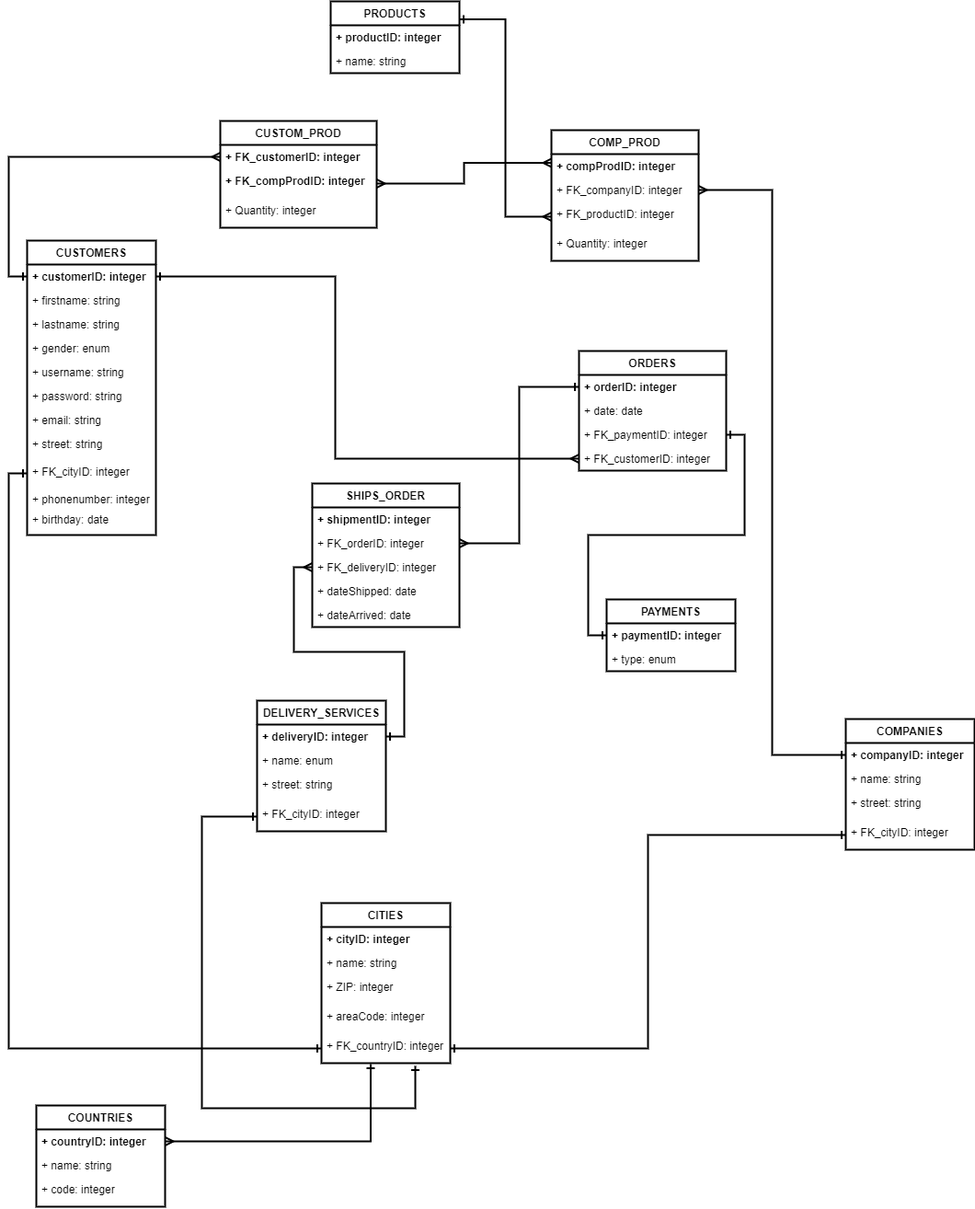
philipm92/FE21-CR09-Philip keeps this draw.io diagram as diagrams/Famazon - UML diagram NORMALIZED.png. Above is the earlier version. Source tidied: cells renumbered, new cells last; positions are measured from the earlier drawing's top-left corner, leaving out a move shared by most shapes.
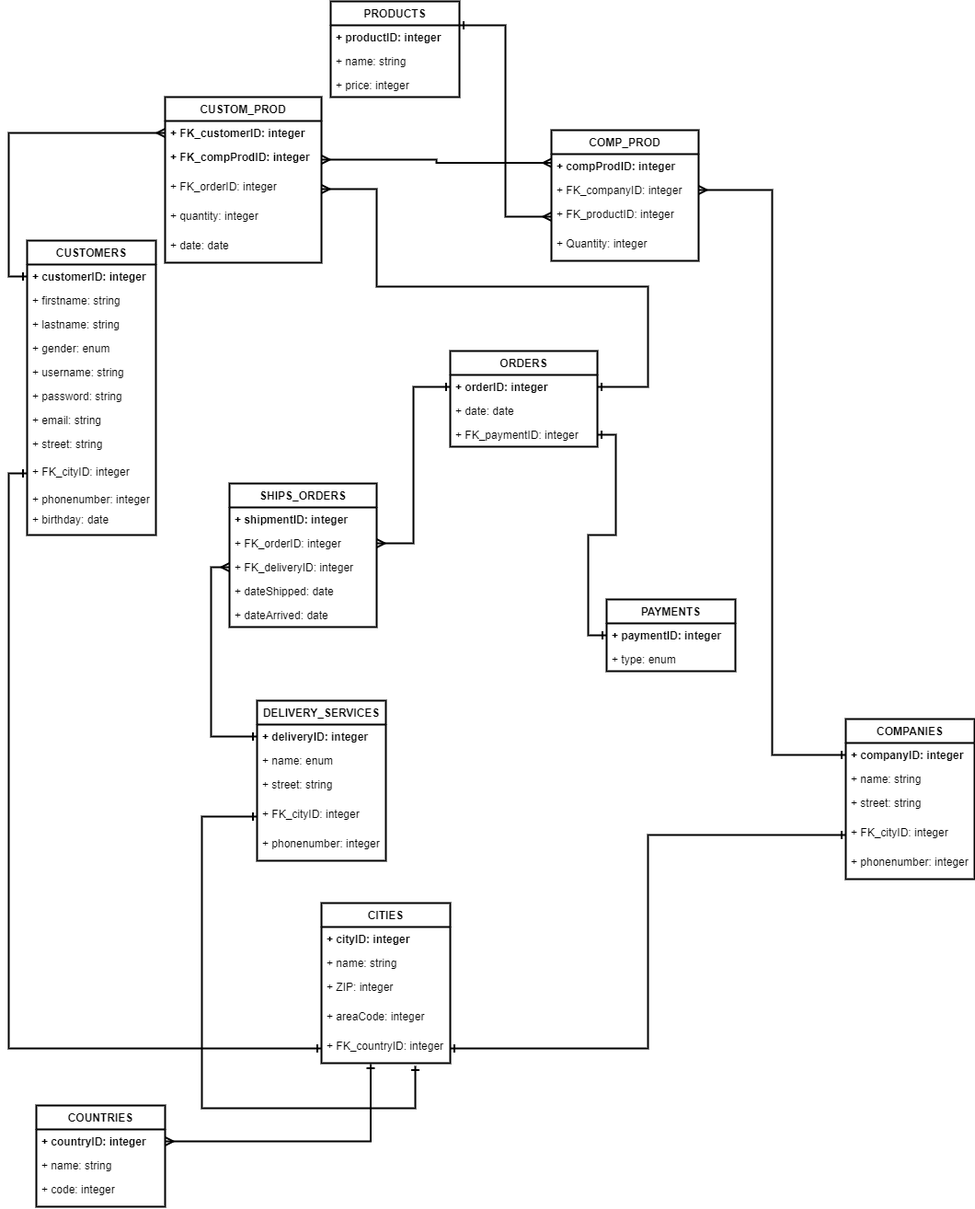
Later version of the same file.

The edit, as a diff of the source:
```diff
@@ -42,7 +42,7 @@
       <mxGeometry relative="1" as="geometry" />
     </mxCell>
     <mxCell id="15" value="PRODUCTS" style="swimlane;fontStyle=1;horizontal=1;startSize=26;fillColor=none;strokeWidth=2;" parent="1" vertex="1">
-      <mxGeometry x="330" width="140" height="78" as="geometry" />
+      <mxGeometry x="330" width="140" height="104" as="geometry" />
     </mxCell>
     <mxCell id="16" value="+ productID: integer" style="text;strokeColor=none;fillColor=none;align=left;verticalAlign=top;spacingLeft=4;spacingRight=4;overflow=hidden;fontStyle=1;" parent="15" vertex="1">
       <mxGeometry y="26" width="140" height="26" as="geometry" />
@@ -50,8 +50,11 @@
     <mxCell id="17" value="+ name: string" style="text;strokeColor=none;fillColor=none;align=left;verticalAlign=top;spacingLeft=4;spacingRight=4;overflow=hidden;" parent="15" vertex="1">
       <mxGeometry y="52" width="140" height="26" as="geometry" />
     </mxCell>
+    <mxCell id="72" value="+ price: integer" style="text;strokeColor=none;fillColor=none;align=left;verticalAlign=top;spacingLeft=4;spacingRight=4;overflow=hidden;" parent="15" vertex="1">
+      <mxGeometry y="78" width="140" height="26" as="geometry" />
+    </mxCell>
     <mxCell id="18" value="COMPANIES" style="swimlane;fontStyle=1;horizontal=1;startSize=26;fillColor=none;strokeWidth=2;" parent="1" vertex="1">
-      <mxGeometry x="890" y="780" width="140" height="142" as="geometry" />
+      <mxGeometry x="890" y="780" width="140" height="174" as="geometry" />
     </mxCell>
     <mxCell id="19" value="+ companyID: integer" style="text;strokeColor=none;fillColor=none;align=left;verticalAlign=top;spacingLeft=4;spacingRight=4;overflow=hidden;points=[[0,0.5],[1,0.5]];portConstraint=eastwest;fontStyle=1;" parent="18" vertex="1">
       <mxGeometry y="26" width="140" height="26" as="geometry" />
@@ -65,8 +68,11 @@
     <mxCell id="22" value="+ FK_cityID: integer" style="text;strokeColor=none;fillColor=none;align=left;verticalAlign=top;spacingLeft=4;spacingRight=4;overflow=hidden;points=[[0,0.5],[1,0.5]];portConstraint=eastwest;" parent="18" vertex="1">
       <mxGeometry y="110" width="140" height="32" as="geometry" />
     </mxCell>
+    <mxCell id="73" value="+ phonenumber: integer" style="text;strokeColor=none;fillColor=none;align=left;verticalAlign=top;spacingLeft=4;spacingRight=4;overflow=hidden;" parent="18" vertex="1">
+      <mxGeometry y="142" width="140" height="32" as="geometry" />
+    </mxCell>
     <mxCell id="23" value="DELIVERY_SERVICES" style="swimlane;fontStyle=1;horizontal=1;startSize=26;fillColor=none;strokeWidth=2;" parent="1" vertex="1">
-      <mxGeometry x="250" y="760" width="140" height="142" as="geometry" />
+      <mxGeometry x="250" y="760" width="140" height="174" as="geometry" />
     </mxCell>
     <mxCell id="24" value="+ deliveryID: integer" style="text;strokeColor=none;fillColor=none;align=left;verticalAlign=top;spacingLeft=4;spacingRight=4;overflow=hidden;points=[[0,0.5],[1,0.5]];portConstraint=eastwest;fontStyle=1;" parent="23" vertex="1">
       <mxGeometry y="26" width="140" height="26" as="geometry" />
@@ -80,6 +86,9 @@
     <mxCell id="27" value="+ FK_cityID: integer" style="text;strokeColor=none;fillColor=none;align=left;verticalAlign=top;spacingLeft=4;spacingRight=4;overflow=hidden;points=[[0,0.5],[1,0.5]];portConstraint=eastwest;" parent="23" vertex="1">
       <mxGeometry y="110" width="140" height="32" as="geometry" />
     </mxCell>
+    <mxCell id="74" value="+ phonenumber: integer" style="text;strokeColor=none;fillColor=none;align=left;verticalAlign=top;spacingLeft=4;spacingRight=4;overflow=hidden;" parent="23" vertex="1">
+      <mxGeometry y="142" width="140" height="32" as="geometry" />
+    </mxCell>
     <mxCell id="28" value="PAYMENTS" style="swimlane;fontStyle=1;horizontal=1;startSize=26;fillColor=none;strokeWidth=2;" parent="1" vertex="1">
       <mxGeometry x="630" y="650" width="140" height="78" as="geometry" />
     </mxCell>
@@ -111,7 +120,7 @@
       <mxGeometry relative="1" as="geometry" />
     </mxCell>
     <mxCell id="38" value="ORDERS" style="swimlane;fontStyle=1;horizontal=1;startSize=26;fillColor=none;strokeWidth=2;" parent="1" vertex="1">
-      <mxGeometry x="600" y="380" width="160" height="130" as="geometry" />
+      <mxGeometry x="460" y="380" width="160" height="104" as="geometry" />
     </mxCell>
     <mxCell id="39" value="+ orderID: integer" style="text;strokeColor=none;fillColor=none;align=left;verticalAlign=top;spacingLeft=4;spacingRight=4;overflow=hidden;points=[[0,0.5],[1,0.5]];portConstraint=eastwest;fontStyle=1;" parent="38" vertex="1">
       <mxGeometry y="26" width="160" height="26" as="geometry" />
@@ -122,11 +131,8 @@
     <mxCell id="41" value="+ FK_paymentID: integer" style="text;strokeColor=none;fillColor=none;align=left;verticalAlign=top;spacingLeft=4;spacingRight=4;overflow=hidden;points=[[0,0.5],[1,0.5]];portConstraint=eastwest;" parent="38" vertex="1">
       <mxGeometry y="78" width="160" height="26" as="geometry" />
     </mxCell>
-    <mxCell id="42" value="+ FK_customerID: integer" style="text;strokeColor=none;fillColor=none;align=left;verticalAlign=top;spacingLeft=4;spacingRight=4;overflow=hidden;points=[[0,0.5],[1,0.5]];portConstraint=eastwest;" parent="38" vertex="1">
-      <mxGeometry y="104" width="160" height="26" as="geometry" />
-    </mxCell>
-    <mxCell id="43" value="SHIPS_ORDER" style="swimlane;fontStyle=1;horizontal=1;startSize=26;fillColor=none;strokeWidth=2;" parent="1" vertex="1">
-      <mxGeometry x="310" y="524" width="160" height="156" as="geometry" />
+    <mxCell id="43" value="SHIPS_ORDERS" style="swimlane;fontStyle=1;horizontal=1;startSize=26;fillColor=none;strokeWidth=2;" parent="1" vertex="1">
+      <mxGeometry x="220" y="524" width="160" height="156" as="geometry" />
     </mxCell>
     <mxCell id="44" value="+ shipmentID: integer" style="text;strokeColor=none;fillColor=none;align=left;verticalAlign=top;spacingLeft=4;spacingRight=4;overflow=hidden;fontStyle=1;" parent="43" vertex="1">
       <mxGeometry y="26" width="160" height="26" as="geometry" />
@@ -153,7 +159,7 @@
       <mxGeometry relative="1" as="geometry" />
     </mxCell>
     <mxCell id="52" value="CUSTOM_PROD" style="swimlane;fontStyle=1;horizontal=1;startSize=26;fillColor=none;strokeWidth=2;" parent="1" vertex="1">
-      <mxGeometry x="210" y="130" width="170" height="116" as="geometry" />
+      <mxGeometry x="150" y="104" width="170" height="180" as="geometry" />
     </mxCell>
     <mxCell id="53" value="+ FK_customerID: integer" style="text;strokeColor=none;fillColor=none;align=left;verticalAlign=top;spacingLeft=4;spacingRight=4;overflow=hidden;points=[[0,0.5],[1,0.5]];portConstraint=eastwest;fontStyle=1;" parent="52" vertex="1">
       <mxGeometry y="26" width="170" height="26" as="geometry" />
@@ -161,17 +167,15 @@
     <mxCell id="54" value="+ FK_compProdID: integer" style="text;strokeColor=none;fillColor=none;align=left;verticalAlign=top;spacingLeft=4;spacingRight=4;overflow=hidden;points=[[0,0.5],[1,0.5]];portConstraint=eastwest;fontStyle=1;" parent="52" vertex="1">
       <mxGeometry y="52" width="170" height="32" as="geometry" />
     </mxCell>
+    <mxCell id="75" value="+ FK_orderID: integer" style="text;strokeColor=none;fillColor=none;align=left;verticalAlign=top;spacingLeft=4;spacingRight=4;overflow=hidden;points=[[0,0.5],[1,0.5]];portConstraint=eastwest;" parent="52" vertex="1">
+      <mxGeometry y="84" width="170" height="32" as="geometry" />
+    </mxCell>
-    <mxCell id="55" value="+ Quantity: integer" style="text;strokeColor=none;fillColor=none;align=left;verticalAlign=top;spacingLeft=4;spacingRight=4;overflow=hidden;" parent="52" vertex="1">
-      <mxGeometry y="84" width="170" height="32" as="geometry" />
+    <mxCell id="55" value="+ quantity: integer" style="text;strokeColor=none;fillColor=none;align=left;verticalAlign=top;spacingLeft=4;spacingRight=4;overflow=hidden;" parent="52" vertex="1">
+      <mxGeometry y="116" width="170" height="32" as="geometry" />
     </mxCell>
-    <mxCell id="56" style="edgeStyle=orthogonalEdgeStyle;rounded=0;jettySize=auto;html=1;entryX=0;entryY=0.5;entryDx=0;entryDy=0;startArrow=ERone;startFill=0;endArrow=ERmany;endFill=0;strokeWidth=2;exitX=1;exitY=0.5;exitDx=0;exitDy=0;" parent="1" edge="1" source="3" target="42">
-      <mxGeometry relative="1" as="geometry">
-        <Array as="points">
-          <mxPoint x="335" y="299" />
-          <mxPoint x="335" y="497" />
-        </Array>
-      </mxGeometry>
-    </mxCell>
+    <mxCell id="76" value="+ date: date" style="text;strokeColor=none;fillColor=none;align=left;verticalAlign=top;spacingLeft=4;spacingRight=4;overflow=hidden;" parent="52" vertex="1">
+      <mxGeometry y="148" width="170" height="32" as="geometry" />
+    </mxCell>
     <mxCell id="57" style="edgeStyle=orthogonalEdgeStyle;rounded=0;jettySize=auto;html=1;entryX=0;entryY=0.5;entryDx=0;entryDy=0;startArrow=ERone;startFill=0;endArrow=ERmany;endFill=0;strokeWidth=2;exitX=0;exitY=0.5;exitDx=0;exitDy=0;" parent="1" edge="1" source="3" target="53">
       <mxGeometry relative="1" as="geometry" />
     </mxCell>
@@ -222,5 +226,15 @@
         </Array>
       </mxGeometry>
     </mxCell>
+    <mxCell id="77" style="edgeStyle=orthogonalEdgeStyle;rounded=0;jettySize=auto;html=1;exitX=1;exitY=0.5;exitDx=0;exitDy=0;startArrow=ERone;startFill=0;endArrow=ERmany;endFill=0;strokeWidth=2;entryX=1;entryY=0.5;entryDx=0;entryDy=0;" parent="1" edge="1" source="39" target="75">
+      <mxGeometry relative="1" as="geometry">
+        <Array as="points">
+          <mxPoint x="675" y="419" />
+          <mxPoint x="675" y="310" />
+          <mxPoint x="380" y="310" />
+          <mxPoint x="380" y="204" />
+        </Array>
+      </mxGeometry>
+    </mxCell>
   </root>
 </mxGraphModel>
```
